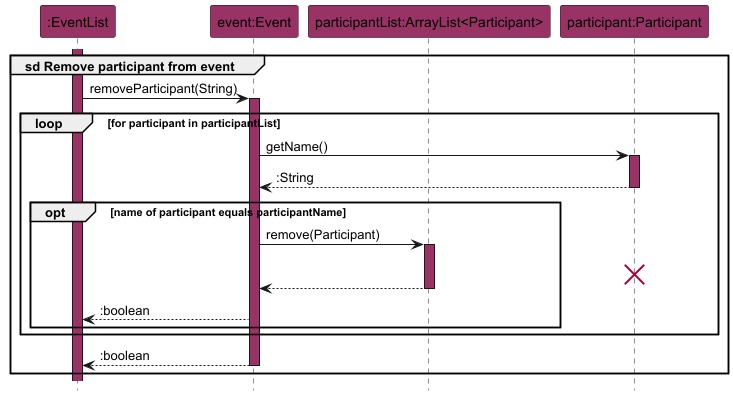
Earlier version of the PlantUML export docs/images/RemoveParticipantFromEvent.png (nus-cs2113-AY2425S1/tp).
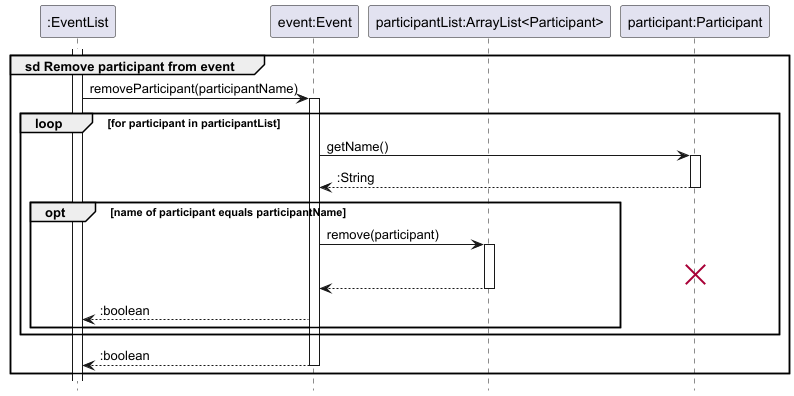
Later version of the same file.

The edit, as a diff of the source:
```diff
@@ -2,25 +2,25 @@
 !include style.puml
 hide footbox
 
-participant ":EventList" as eventList EVENT_COLOUR
-participant "event:Event" as event EVENT_COLOUR
-participant "participantList:ArrayList<Participant>" as participantList EVENT_COLOUR
-participant "participant:Participant" as participant EVENT_COLOUR
+participant ":EventList" as eventList
+participant "event:Event" as event
+participant "participantList:ArrayList<Participant>" as participantList
+participant "participant:Participant" as participant
 
 group sd Remove participant from event
-    activate eventList EVENT_COLOUR
-    eventList -> event : removeParticipant(String)
-    activate event EVENT_COLOUR
+    activate eventList
+    eventList -> event : removeParticipant(participantName)
+    activate event
 
     loop for participant in participantList
         event -> participant : getName()
-        activate participant EVENT_COLOUR
+        activate participant
 
         return :String
 
         opt name of participant equals participantName
-            event -> participantList : remove(Participant)
-            activate participantList EVENT_COLOUR
+            event -> participantList : remove(participant)
+            activate participantList
             destroy participant
             return
             event --> eventList : :boolean
```
